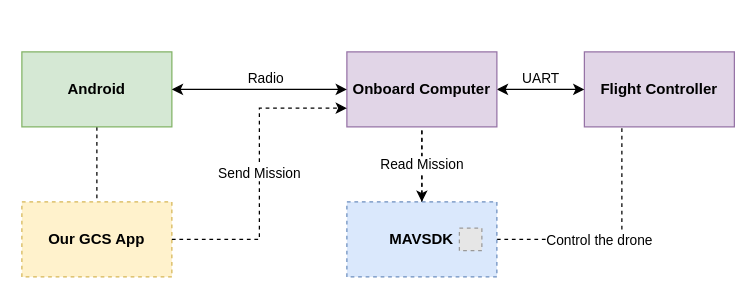
RoboDD/my-flow-chart keeps this draw.io diagram as 0507-com-confirm1.drawio. Above is the earlier version. Source tidied: cells renumbered, new cells numbered last; positions are measured from the earlier drawing's top-left corner, leaving out a move shared by most shapes. Both pictures are drawn from the tidied source at 125%, with x=0, y=0 at pixel (21, 51). Pictures stored in the file or linked from it are replaced by grey dashed boxes.
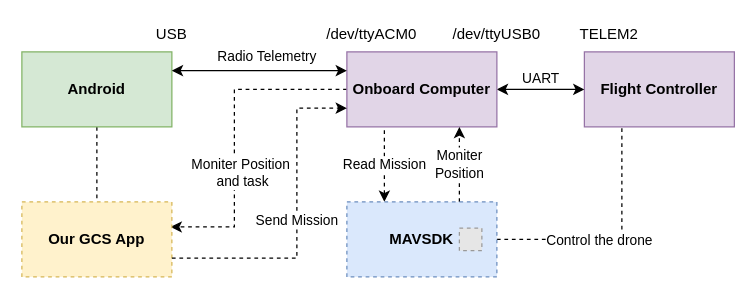
The same diagram, later.

Unchanged cells that the change refers to:
```xml
<mxCell id="5" value="Onboard Computer" style="rounded=0;whiteSpace=wrap;html=1;fillColor=#e1d5e7;strokeColor=#9673a6;fontStyle=1;" parent="1" vertex="1">
  <mxGeometry x="260" width="120" height="60" as="geometry" />
</mxCell>
<mxCell id="10" value="Android" style="rounded=0;whiteSpace=wrap;html=1;fillColor=#d5e8d4;strokeColor=#82b366;fontStyle=1;" parent="1" vertex="1">
  <mxGeometry width="120" height="60" as="geometry" />
</mxCell>
<mxCell id="13" value="MAVSDK" style="rounded=0;whiteSpace=wrap;html=1;fillColor=#dae8fc;strokeColor=#6c8ebf;fontStyle=1;dashed=1;" parent="1" vertex="1">
  <mxGeometry x="260" y="120" width="120" height="60" as="geometry" />
</mxCell>
<mxCell id="16" value="Our GCS App" style="rounded=0;whiteSpace=wrap;html=1;fillColor=#fff2cc;strokeColor=#d6b656;fontStyle=1;dashed=1;" parent="1" vertex="1">
  <mxGeometry y="120" width="120" height="60" as="geometry" />
</mxCell>
```

What changed in the source:
```diff
@@
+    <mxCell id="18" style="edgeStyle=orthogonalEdgeStyle;rounded=0;jettySize=auto;html=1;exitX=0;exitY=0.5;exitDx=0;exitDy=0;entryX=0.992;entryY=0.334;entryDx=0;entryDy=0;entryPerimeter=0;dashed=1;startArrow=none;startFill=0;endArrow=classic;endFill=1;" parent="1" edge="1" source="5" target="16">
+      <mxGeometry relative="1" as="geometry">
+        <Array as="points">
+          <mxPoint x="170" y="30" />
+          <mxPoint x="170" y="140" />
+        </Array>
+      </mxGeometry>
+    </mxCell>
+    <mxCell id="19" value="Moniter Position&lt;br&gt;&amp;nbsp;and task" style="edgeLabel;html=1;align=center;verticalAlign=middle;" parent="18" vertex="1">
+      <mxGeometry x="0.24" y="4" relative="1" as="geometry" />
+    </mxCell>
@@
-    <mxCell id="6" style="edgeStyle=orthogonalEdgeStyle;rounded=0;jettySize=auto;html=1;entryX=0.5;entryY=1;entryDx=0;entryDy=0;dashed=1;startArrow=none;startFill=0;endArrow=none;endFill=0;exitX=0.5;exitY=0;exitDx=0;exitDy=0;" parent="1" edge="1" source="13" target="5">
-      <mxGeometry relative="1" as="geometry" />
-    </mxCell>
@@
-    <mxCell id="11" style="edgeStyle=orthogonalEdgeStyle;rounded=0;jettySize=auto;html=1;exitX=1;exitY=0.5;exitDx=0;exitDy=0;startArrow=classic;startFill=1;" parent="1" edge="1" source="10">
-      <mxGeometry relative="1" as="geometry">
-        <mxPoint x="260" y="30" as="targetPoint" />
-      </mxGeometry>
+    <mxCell id="11" style="edgeStyle=orthogonalEdgeStyle;rounded=0;jettySize=auto;html=1;exitX=1;exitY=0.25;exitDx=0;exitDy=0;startArrow=classic;startFill=1;entryX=0;entryY=0.25;entryDx=0;entryDy=0;" parent="1" edge="1" source="10" target="5">
+      <mxGeometry relative="1" as="geometry" />
     </mxCell>
-    <mxCell id="12" value="Read Mission" style="edgeStyle=orthogonalEdgeStyle;rounded=0;jettySize=auto;html=1;dashed=1;startArrow=classic;startFill=1;endArrow=none;endFill=0;" parent="1" edge="1" source="13" target="5">
+    <mxCell id="12" value="Read Mission" style="edgeStyle=orthogonalEdgeStyle;rounded=0;jettySize=auto;html=1;dashed=1;startArrow=classic;startFill=1;endArrow=none;endFill=0;entryX=0.25;entryY=1;entryDx=0;entryDy=0;exitX=0.25;exitY=0;exitDx=0;exitDy=0;" parent="1" edge="1" source="13" target="5">
       <mxGeometry relative="1" as="geometry" />
     </mxCell>
+    <mxCell id="6" value="Moniter&lt;br&gt;Position" style="edgeStyle=orthogonalEdgeStyle;rounded=0;jettySize=auto;html=1;exitX=0.75;exitY=0;exitDx=0;exitDy=0;entryX=0.75;entryY=1;entryDx=0;entryDy=0;dashed=1;startArrow=none;startFill=0;endArrow=classic;endFill=1;" parent="1" edge="1" source="13" target="5">
+      <mxGeometry relative="1" as="geometry" />
+    </mxCell>
@@
-    <mxCell id="14" value="Radio" style="edgeLabel;html=1;align=center;verticalAlign=middle;" parent="1" vertex="1">
-      <mxGeometry x="194" y="20" as="geometry" />
+    <mxCell id="14" value="Radio Telemetry" style="edgeLabel;html=1;align=center;verticalAlign=middle;" parent="1" vertex="1">
+      <mxGeometry x="200" as="geometry">
+        <mxPoint x="-5" y="3" as="offset" />
+      </mxGeometry>
     </mxCell>
@@
-    <mxCell id="17" value="Send Mission" style="edgeStyle=orthogonalEdgeStyle;rounded=0;jettySize=auto;html=1;exitX=1;exitY=0.5;exitDx=0;exitDy=0;entryX=0;entryY=0.75;entryDx=0;entryDy=0;dashed=1;endArrow=classic;endFill=1;startArrow=none;startFill=0;" parent="1" edge="1" source="16" target="5">
+    <mxCell id="17" value="Send Mission" style="edgeStyle=orthogonalEdgeStyle;rounded=0;jettySize=auto;html=1;exitX=1;exitY=0.75;exitDx=0;exitDy=0;entryX=0;entryY=0.75;entryDx=0;entryDy=0;dashed=1;endArrow=classic;endFill=1;startArrow=none;startFill=0;" parent="1" edge="1" source="16" target="5">
       <mxGeometry relative="1" as="geometry">
         <Array as="points">
-          <mxPoint x="190" y="150" />
-          <mxPoint x="190" y="45" />
+          <mxPoint x="220" y="165" />
+          <mxPoint x="220" y="45" />
         </Array>
       </mxGeometry>
     </mxCell>
+    <mxCell id="20" value="/dev/ttyACM0" style="text;html=1;strokeColor=none;fillColor=none;align=center;verticalAlign=middle;whiteSpace=wrap;rounded=0;" parent="1" vertex="1">
+      <mxGeometry x="260" y="-24" width="40" height="20" as="geometry" />
+    </mxCell>
+    <mxCell id="21" value="/dev/ttyUSB0" style="text;html=1;strokeColor=none;fillColor=none;align=center;verticalAlign=middle;whiteSpace=wrap;rounded=0;" parent="1" vertex="1">
+      <mxGeometry x="360" y="-24" width="40" height="20" as="geometry" />
+    </mxCell>
+    <mxCell id="22" value="TELEM2" style="text;html=1;strokeColor=none;fillColor=none;align=center;verticalAlign=middle;whiteSpace=wrap;rounded=0;" parent="1" vertex="1">
+      <mxGeometry x="450" y="-24" width="40" height="20" as="geometry" />
+    </mxCell>
+    <mxCell id="23" value="USB" style="text;html=1;strokeColor=none;fillColor=none;align=center;verticalAlign=middle;whiteSpace=wrap;rounded=0;" parent="1" vertex="1">
+      <mxGeometry x="100" y="-24" width="40" height="20" as="geometry" />
+    </mxCell>
```
